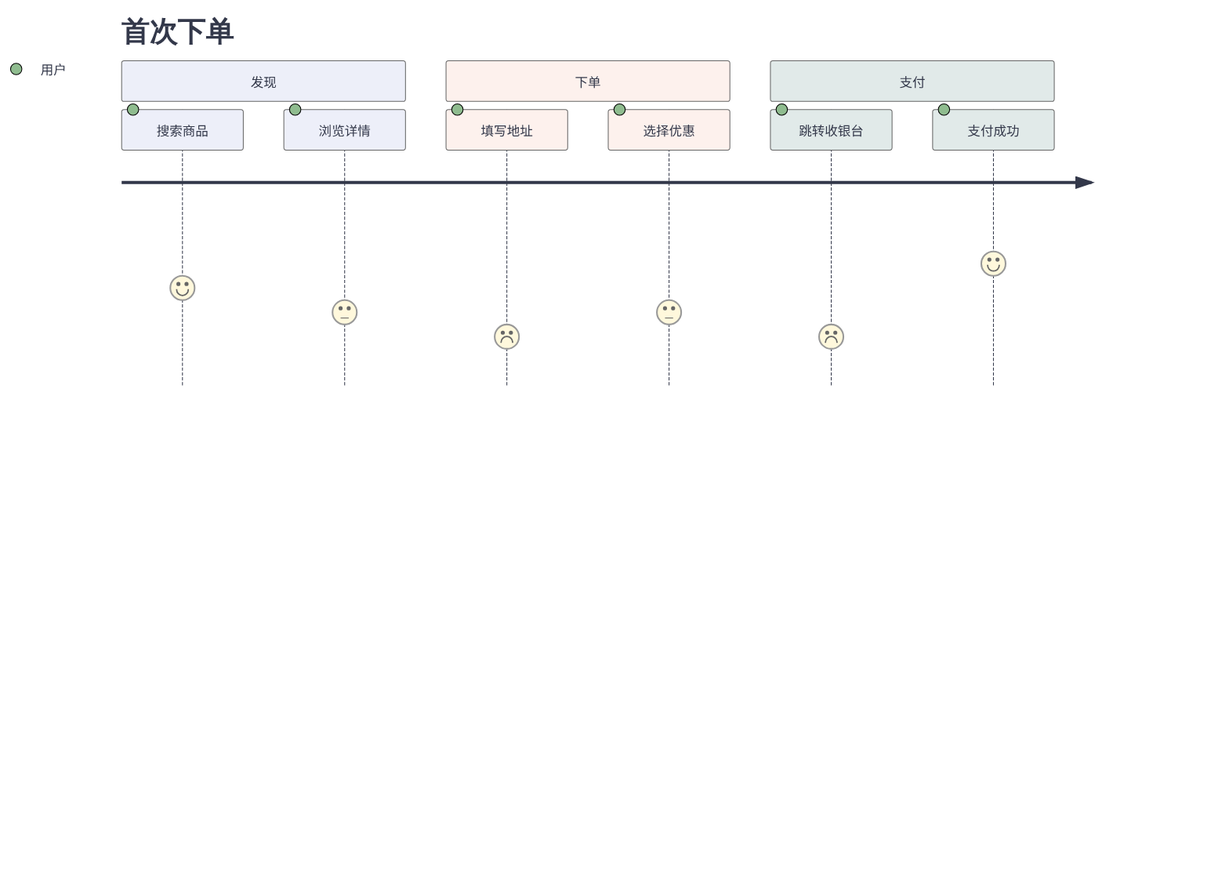
This is docs/assets/journey.png from huang-hee/diagram-kit, a Mermaid export, as it was before one commit. Its source is kept beside it as docs/assets/journey.mmd.
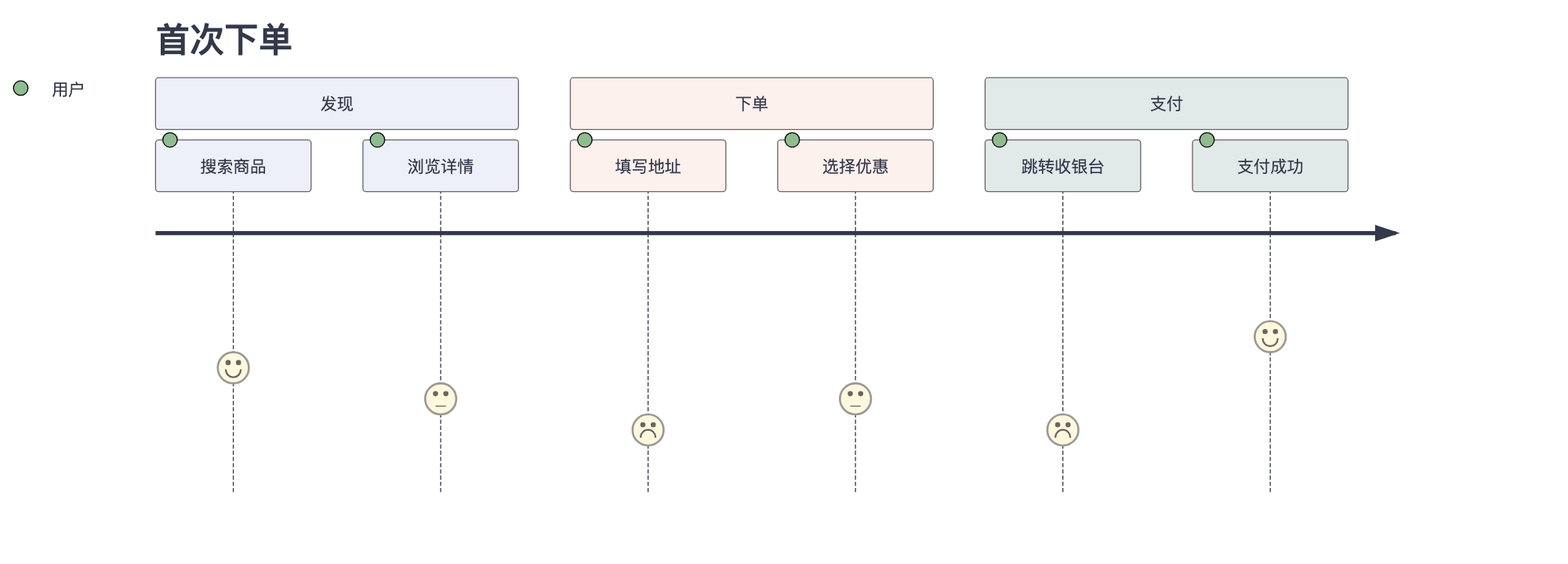
After the commit.

Diff of the diagram source:
```diff
@@ -2,6 +2,12 @@
 config:
   theme: base
   fontFamily: "PingFang SC, Microsoft YaHei, Noto Sans CJK SC, Source Han Sans SC, sans-serif"
+  flowchart:
+    curve: "step"
+    nodeSpacing: 50
+    rankSpacing: 60
+    padding: 12
+    wrappingWidth: 300
   themeVariables:
     background: "#FFFFFF"
     primaryColor: "#FFFFFF"
```
